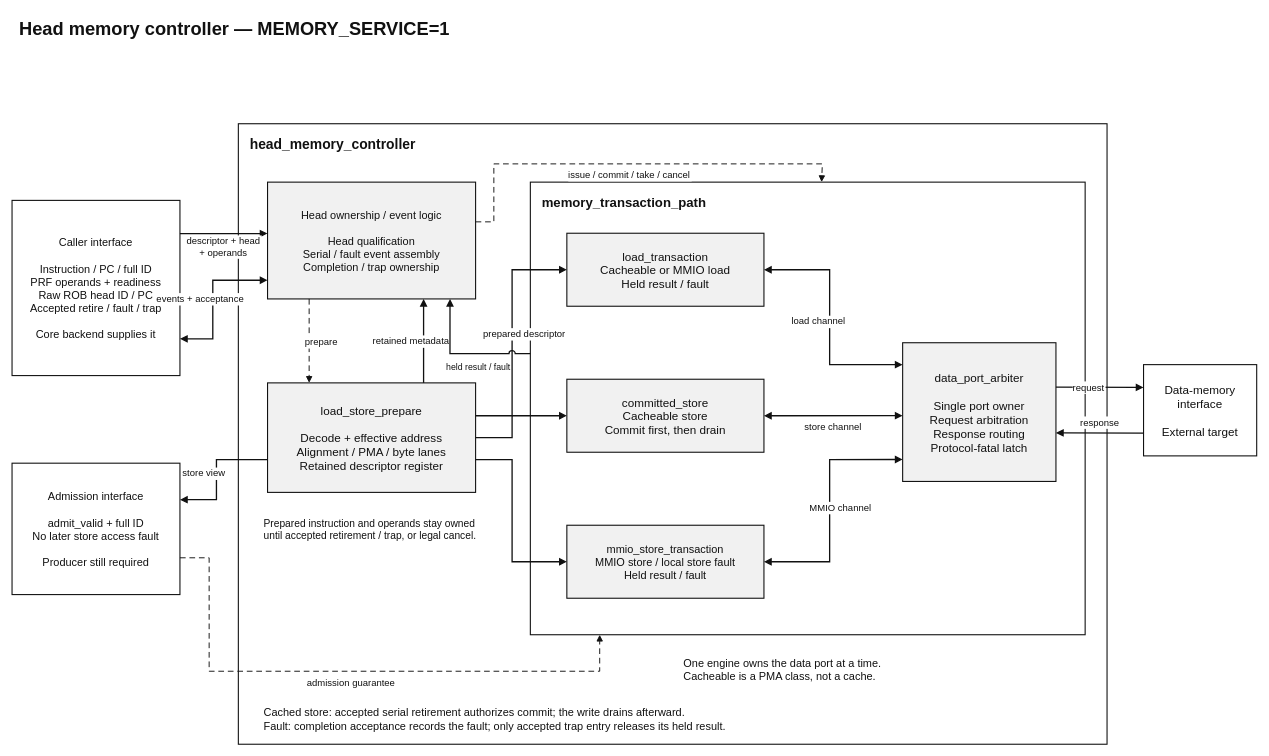
Above: page "Head memory controller" (2 of 3) of docs/diagrams/core.drawio in HuyHuy-bit/Spec-OoO-RV32I-Processor (draw.io), before the change. Source tidied: cells renumbered, new cells numbered last; positions are measured from the earlier drawing's top-left corner, leaving out a move shared by most shapes. Both pictures are drawn from the tidied source at 73%, with x=0, y=0 at pixel (12, 12).
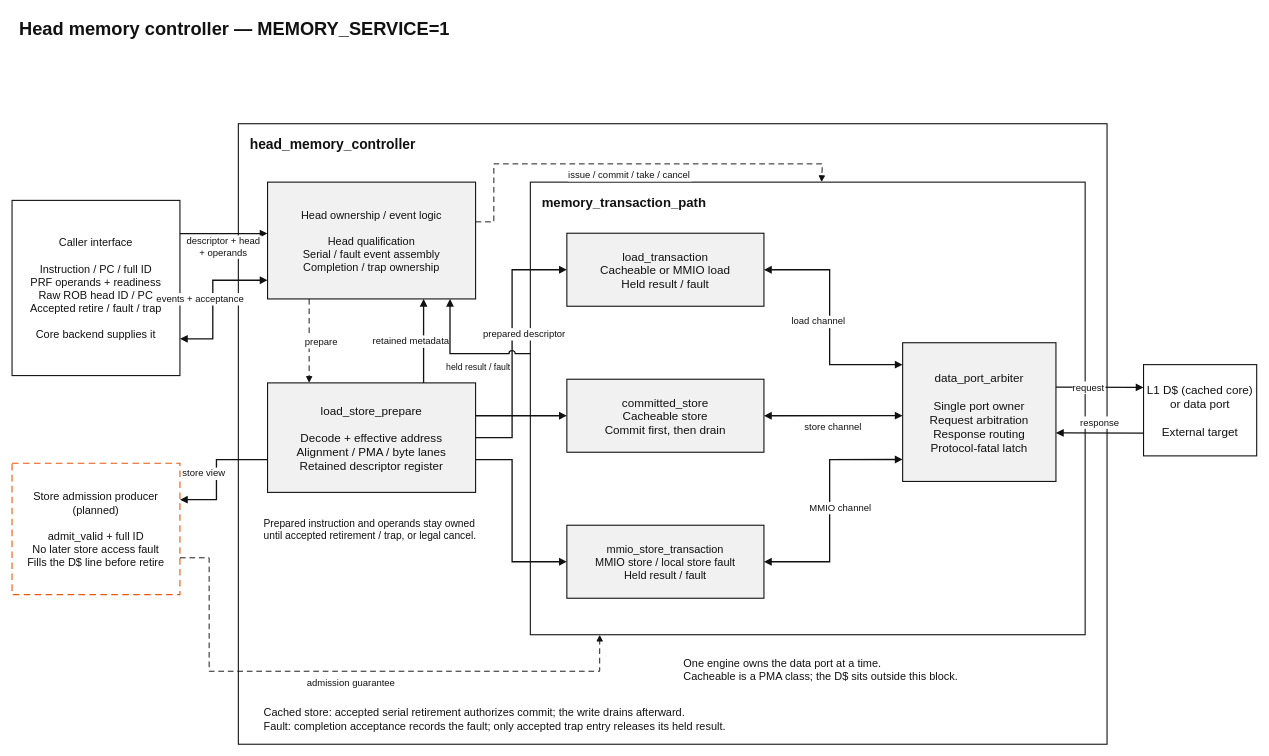
The same diagram, later.

The edit, as a diff of the source:
```diff
@@
-    <mxCell id="12" value="Data-memory&#10;interface&#10;&#10;External target" style="rounded=0;html=0;whiteSpace=nowrap;fontFamily=Arial;fontColor=#111111;strokeColor=#111111;strokeWidth=1.5;shadow=0;fillColor=#ffffff;align=center;verticalAlign=middle;spacing=8;fontSize=16;" parent="1" vertex="1">
+    <mxCell id="12" value="L1 D$ (cached core)&#10;or data port&#10;&#10;External target" style="rounded=0;html=0;whiteSpace=nowrap;fontFamily=Arial;fontColor=#111111;strokeColor=#111111;strokeWidth=1.5;shadow=0;fillColor=#ffffff;align=center;verticalAlign=middle;spacing=8;fontSize=16;" parent="1" vertex="1">
       <mxGeometry x="1550" y="483" width="155" height="125" as="geometry" />
     </mxCell>
-    <mxCell id="13" value="Admission interface&#10;&#10;admit_valid + full ID&#10;No later store access fault&#10;&#10;Producer still required" style="rounded=0;html=0;whiteSpace=nowrap;fontFamily=Arial;fontColor=#111111;strokeColor=#111111;strokeWidth=1.5;shadow=0;fillColor=#ffffff;align=center;verticalAlign=middle;spacing=8;fontSize=15;" parent="1" vertex="1">
+    <mxCell id="13" value="Store admission producer&#10;(planned)&#10;&#10;admit_valid + full ID&#10;No later store access fault&#10;Fills the D$ line before retire" style="rounded=0;html=0;whiteSpace=nowrap;fontFamily=Arial;fontColor=#111111;strokeColor=#ea580c;strokeWidth=1.5;shadow=0;fillColor=#ffffff;align=center;verticalAlign=middle;spacing=8;fontSize=15;dashed=1;dashPattern=6 4;" parent="1" vertex="1">
       <mxGeometry y="618" width="230" height="180" as="geometry" />
     </mxCell>
@@
-    <mxCell id="15" value="One engine owns the data port at a time.&#10;Cacheable is a PMA class, not a cache." style="rounded=0;html=0;whiteSpace=nowrap;fontFamily=Arial;fontColor=#111111;strokeColor=#111111;strokeWidth=1.5;shadow=0;fillColor=#ffffff;align=center;verticalAlign=middle;spacing=8;fontSize=15;strokeColor=none;fillColor=none;align=left;spacing=0;fontStyle=0;" parent="1" vertex="1">
+    <mxCell id="15" value="One engine owns the data port at a time.&#10;Cacheable is a PMA class; the D$ sits outside this block." style="rounded=0;html=0;whiteSpace=nowrap;fontFamily=Arial;fontColor=#111111;strokeColor=#111111;strokeWidth=1.5;shadow=0;fillColor=#ffffff;align=center;verticalAlign=middle;spacing=8;fontSize=15;strokeColor=none;fillColor=none;align=left;spacing=0;fontStyle=0;" parent="1" vertex="1">
       <mxGeometry x="920" y="873" width="520" height="55" as="geometry" />
     </mxCell>
```
